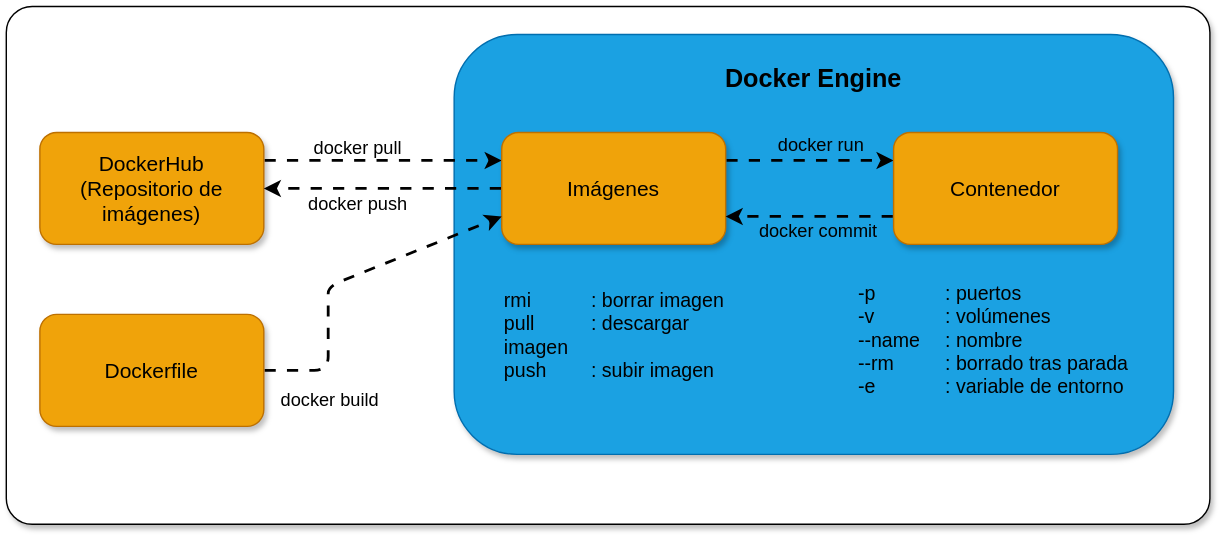
Before: docs/cursos/docker/diagramas/workflow.drawio.svg, a diagram exported from draw.io (pabpereza/pabpereza). Source tidied: cells renumbered, new cells last; positions are measured from the earlier drawing's top-left corner, leaving out a move shared by most shapes. The source it was exported from:
```xml
<mxGraphModel>
  <root>
    <mxCell id="0" />
    <mxCell id="1" parent="0" />
    <mxCell id="2" style="rounded=1;whiteSpace=wrap;html=1;glass=0;shadow=1;arcSize=5;" parent="1" vertex="1">
      <mxGeometry width="860" height="370" as="geometry" />
    </mxCell>
    <mxCell id="3" value="&lt;h2&gt;&lt;font color=&quot;#000000&quot;&gt;Docker Engine&lt;/font&gt;&lt;/h2&gt;" style="rounded=1;whiteSpace=wrap;html=1;verticalAlign=top;glass=0;shadow=1;fillColor=#1ba1e2;strokeColor=#006EAF;fontColor=#ffffff;" parent="1" vertex="1">
      <mxGeometry x="320" y="20" width="514" height="300" as="geometry" />
    </mxCell>
    <mxCell id="4" style="edgeStyle=none;html=1;exitX=1;exitY=0.25;exitDx=0;exitDy=0;entryX=0;entryY=0.25;entryDx=0;entryDy=0;flowAnimation=1;strokeWidth=2;" parent="1" edge="1" source="6" target="9">
      <mxGeometry relative="1" as="geometry" />
    </mxCell>
    <mxCell id="5" value="docker pull" style="edgeLabel;html=1;align=center;verticalAlign=middle;labelBackgroundColor=none;fontSize=13;" parent="4" vertex="1">
      <mxGeometry x="-0.27" y="-1" relative="1" as="geometry">
        <mxPoint x="4" y="-11" as="offset" />
      </mxGeometry>
    </mxCell>
    <mxCell id="6" value="DockerHub&lt;br style=&quot;font-size: 15px;&quot;&gt;(Repositorio de&lt;br style=&quot;font-size: 15px;&quot;&gt;imágenes)" style="rounded=1;whiteSpace=wrap;html=1;fillColor=#f0a30a;strokeColor=#BD7000;shadow=1;fontColor=#000000;fontSize=15;" parent="1" vertex="1">
      <mxGeometry x="24" y="90" width="160" height="80" as="geometry" />
    </mxCell>
    <mxCell id="7" style="edgeStyle=none;html=1;exitX=1;exitY=0.25;exitDx=0;exitDy=0;entryX=0;entryY=0.25;entryDx=0;entryDy=0;strokeWidth=2;flowAnimation=1;" parent="1" edge="1" source="9" target="14">
      <mxGeometry relative="1" as="geometry" />
    </mxCell>
    <mxCell id="8" value="docker run" style="edgeLabel;html=1;align=center;verticalAlign=middle;labelBackgroundColor=none;fontSize=13;" parent="7" vertex="1">
      <mxGeometry x="0.41" relative="1" as="geometry">
        <mxPoint x="-18" y="-12" as="offset" />
      </mxGeometry>
    </mxCell>
    <mxCell id="9" value="Imágenes" style="rounded=1;whiteSpace=wrap;html=1;fillColor=#f0a30a;strokeColor=#BD7000;shadow=1;fontColor=#000000;fontSize=15;" parent="1" vertex="1">
      <mxGeometry x="354" y="90" width="160" height="80" as="geometry" />
    </mxCell>
    <mxCell id="10" style="edgeStyle=none;html=1;exitX=0;exitY=0.5;exitDx=0;exitDy=0;entryX=1;entryY=0.5;entryDx=0;entryDy=0;strokeWidth=2;flowAnimation=1;" parent="1" edge="1" source="9" target="6">
      <mxGeometry relative="1" as="geometry" />
    </mxCell>
    <mxCell id="11" value="docker push" style="edgeLabel;html=1;align=center;verticalAlign=middle;labelBackgroundColor=none;fontSize=13;" parent="10" vertex="1">
      <mxGeometry x="-0.27" y="-1" relative="1" as="geometry">
        <mxPoint x="-42" y="11" as="offset" />
      </mxGeometry>
    </mxCell>
    <mxCell id="12" style="edgeStyle=none;html=1;exitX=0;exitY=0.75;exitDx=0;exitDy=0;entryX=1;entryY=0.75;entryDx=0;entryDy=0;strokeWidth=2;flowAnimation=1;" parent="1" edge="1" source="14" target="9">
      <mxGeometry relative="1" as="geometry" />
    </mxCell>
    <mxCell id="13" value="docker commit" style="edgeLabel;html=1;align=center;verticalAlign=middle;labelBackgroundColor=none;fontSize=13;" parent="12" vertex="1">
      <mxGeometry x="-0.53" y="1" relative="1" as="geometry">
        <mxPoint x="-27" y="8" as="offset" />
      </mxGeometry>
    </mxCell>
    <mxCell id="14" value="Contenedor" style="rounded=1;whiteSpace=wrap;html=1;fillColor=#f0a30a;strokeColor=#BD7000;shadow=1;fontColor=#000000;fontSize=15;" parent="1" vertex="1">
      <mxGeometry x="634" y="90" width="160" height="80" as="geometry" />
    </mxCell>
    <mxCell id="15" style="edgeStyle=none;html=1;entryX=0;entryY=0.75;entryDx=0;entryDy=0;exitX=1;exitY=0.5;exitDx=0;exitDy=0;strokeWidth=2;flowAnimation=1;" parent="1" edge="1" source="17" target="9">
      <mxGeometry relative="1" as="geometry">
        <Array as="points">
          <mxPoint x="230" y="260" />
          <mxPoint x="230" y="220" />
          <mxPoint x="230" y="200" />
        </Array>
      </mxGeometry>
    </mxCell>
    <mxCell id="16" value="docker build" style="edgeLabel;html=1;align=center;verticalAlign=middle;labelBackgroundColor=none;fontSize=13;" parent="15" vertex="1">
      <mxGeometry x="0.28" y="1" relative="1" as="geometry">
        <mxPoint x="-44" y="99" as="offset" />
      </mxGeometry>
    </mxCell>
    <mxCell id="17" value="Dockerfile" style="rounded=1;whiteSpace=wrap;html=1;fillColor=#f0a30a;strokeColor=#BD7000;shadow=1;fontColor=#000000;fontSize=15;" parent="1" vertex="1">
      <mxGeometry x="24" y="220" width="160" height="80" as="geometry" />
    </mxCell>
    <mxCell id="18" value="-p&lt;span style=&quot;white-space: pre; font-size: 14px;&quot;&gt;&#9;&lt;span style=&quot;white-space: pre; font-size: 14px;&quot;&gt;&#9;&lt;/span&gt;&lt;/span&gt;: puertos&lt;br style=&quot;font-size: 14px;&quot;&gt;&lt;div style=&quot;font-size: 14px;&quot;&gt;&lt;span style=&quot;background-color: initial; font-size: 14px;&quot;&gt;-v&lt;span style=&quot;white-space: pre; font-size: 14px;&quot;&gt;&#9;&lt;span style=&quot;white-space: pre; font-size: 14px;&quot;&gt;&#9;&lt;/span&gt;&lt;/span&gt;: volúmenes&lt;/span&gt;&lt;/div&gt;&lt;div style=&quot;font-size: 14px;&quot;&gt;&lt;span style=&quot;background-color: initial; font-size: 14px;&quot;&gt;--name&lt;span style=&quot;white-space: pre; font-size: 14px;&quot;&gt;&#9;&lt;/span&gt;: nombre&lt;/span&gt;&lt;/div&gt;&lt;div style=&quot;font-size: 14px;&quot;&gt;&lt;span style=&quot;background-color: initial; font-size: 14px;&quot;&gt;--rm&lt;span style=&quot;white-space: pre; font-size: 14px;&quot;&gt;&#9;&lt;span style=&quot;white-space: pre; font-size: 14px;&quot;&gt;&#9;&lt;/span&gt;&lt;/span&gt;: borrado tras parada&lt;/span&gt;&lt;/div&gt;&lt;div style=&quot;font-size: 14px;&quot;&gt;&lt;span style=&quot;background-color: initial; font-size: 14px;&quot;&gt;-e&lt;span style=&quot;white-space: pre; font-size: 14px;&quot;&gt;&#9;&lt;/span&gt;&lt;span style=&quot;white-space: pre; font-size: 14px;&quot;&gt;&#9;&lt;/span&gt;: variable de entorno&lt;/span&gt;&lt;/div&gt;" style="text;html=1;strokeColor=none;fillColor=none;align=left;verticalAlign=top;whiteSpace=wrap;rounded=0;shadow=1;glass=0;labelBackgroundColor=none;sketch=0;horizontal=1;fontSize=14;" parent="1" vertex="1">
      <mxGeometry x="607" y="190" width="214" height="130" as="geometry" />
    </mxCell>
    <mxCell id="19" value="rmi&lt;span style=&quot;white-space: pre; font-size: 14px;&quot;&gt;&#9;&lt;span style=&quot;white-space: pre; font-size: 14px;&quot;&gt;&#9;&lt;/span&gt;&lt;/span&gt;: borrar imagen&lt;br style=&quot;font-size: 14px;&quot;&gt;&lt;div style=&quot;font-size: 14px;&quot;&gt;&lt;span style=&quot;background-color: initial; font-size: 14px;&quot;&gt;pull&lt;span style=&quot;white-space: pre; font-size: 14px;&quot;&gt;&#9;&lt;span style=&quot;white-space: pre; font-size: 14px;&quot;&gt;&#9;&lt;/span&gt;&lt;/span&gt;: descargar imagen&lt;/span&gt;&lt;/div&gt;&lt;div style=&quot;font-size: 14px;&quot;&gt;&lt;span style=&quot;background-color: initial; font-size: 14px;&quot;&gt;push&lt;span style=&quot;white-space: pre; font-size: 14px;&quot;&gt;&#9;&lt;/span&gt;: subir imagen&lt;/span&gt;&lt;/div&gt;&lt;div style=&quot;font-size: 14px;&quot;&gt;&lt;br style=&quot;font-size: 14px;&quot;&gt;&lt;/div&gt;" style="text;html=1;strokeColor=none;fillColor=none;align=left;verticalAlign=top;whiteSpace=wrap;rounded=0;shadow=1;glass=0;labelBackgroundColor=none;sketch=0;horizontal=1;fontSize=14;" parent="1" vertex="1">
      <mxGeometry x="354" y="195" width="170" height="130" as="geometry" />
    </mxCell>
  </root>
</mxGraphModel>
```
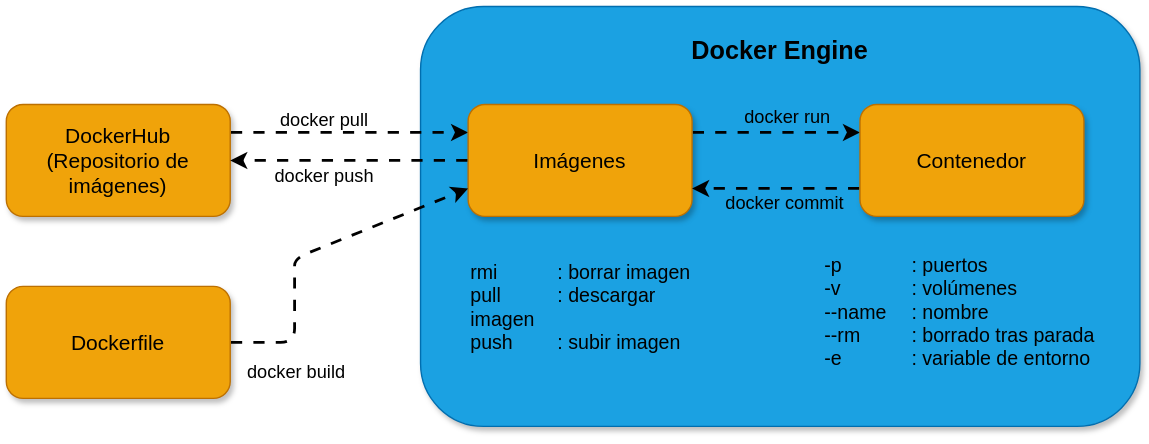
After the commit.

The edit, as a diff of the source:
```diff
@@ -2,9 +2,6 @@
   <root>
     <mxCell id="0" />
     <mxCell id="1" parent="0" />
-    <mxCell id="2" style="rounded=1;whiteSpace=wrap;html=1;glass=0;shadow=1;arcSize=5;" parent="1" vertex="1">
-      <mxGeometry width="860" height="370" as="geometry" />
-    </mxCell>
     <mxCell id="3" value="&lt;h2&gt;&lt;font color=&quot;#000000&quot;&gt;Docker Engine&lt;/font&gt;&lt;/h2&gt;" style="rounded=1;whiteSpace=wrap;html=1;verticalAlign=top;glass=0;shadow=1;fillColor=#1ba1e2;strokeColor=#006EAF;fontColor=#ffffff;" parent="1" vertex="1">
       <mxGeometry x="320" y="20" width="514" height="300" as="geometry" />
     </mxCell>
```
